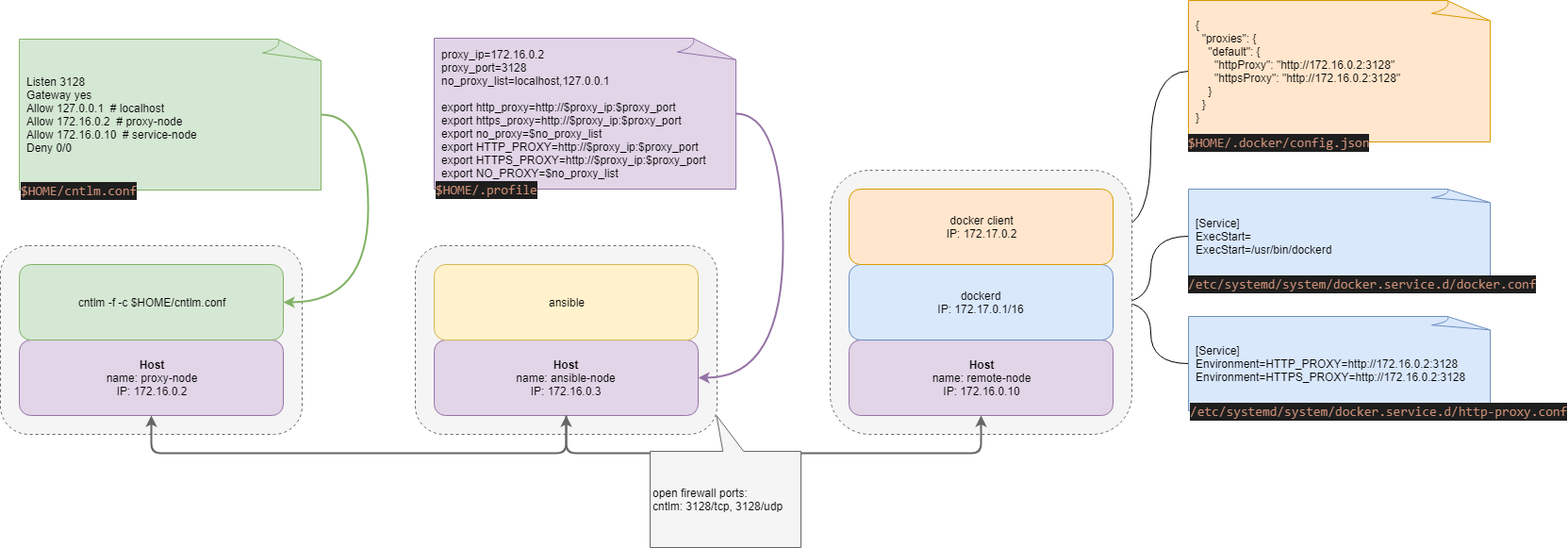
This is docs/ProxyConfiguration.png from greenthegarden/ansible-proxy-test, a draw.io export, as it was before one commit. Source tidied: cells renumbered, new cells last; positions are measured from the earlier drawing's top-left corner, leaving out a move shared by most shapes.
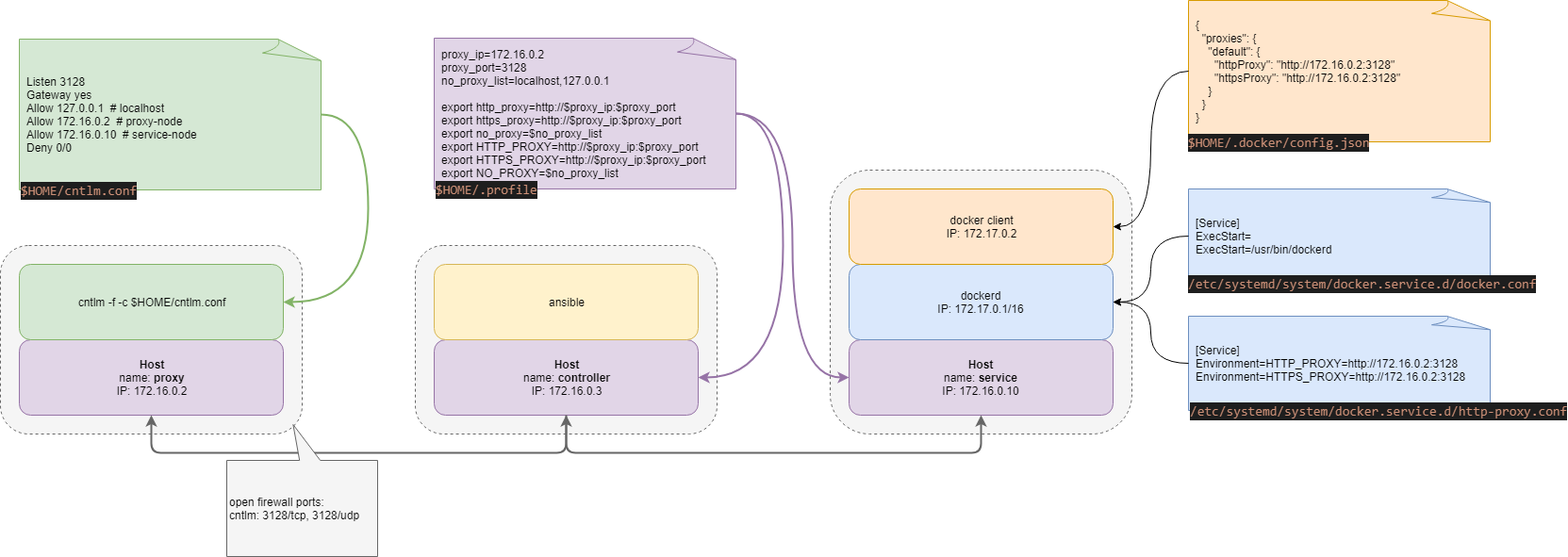
Later version of the same file.

Commit message:
fixed errors with topology and spelling

Change to the diagram source:
```diff
@@ -2,15 +2,6 @@
   <root>
     <mxCell id="0" />
     <mxCell id="1" parent="0" />
-    <mxCell id="2" style="endArrow=classic;html=1;entryX=1;entryY=0.5;entryDx=0;entryDy=0;exitX=0;exitY=0.5;exitDx=0;exitDy=0;exitPerimeter=0;edgeStyle=orthogonalEdgeStyle;curved=1;" parent="1" edge="1" source="30" target="16">
-      <mxGeometry relative="1" as="geometry" />
-    </mxCell>
-    <mxCell id="3" style="endArrow=classic;html=1;entryX=1;entryY=0.5;entryDx=0;entryDy=0;exitX=0;exitY=0.5;exitDx=0;exitDy=0;exitPerimeter=0;edgeStyle=orthogonalEdgeStyle;curved=1;" parent="1" edge="1" source="33" target="16">
-      <mxGeometry relative="1" as="geometry" />
-    </mxCell>
-    <mxCell id="4" style="endArrow=classic;html=1;exitX=0;exitY=0.5;exitDx=0;exitDy=0;exitPerimeter=0;entryX=1;entryY=0.5;entryDx=0;entryDy=0;edgeStyle=orthogonalEdgeStyle;curved=1;" parent="1" edge="1" source="37" target="17">
-      <mxGeometry relative="1" as="geometry" />
-    </mxCell>
     <mxCell id="5" value="nodes" parent="0" />
     <mxCell id="6" style="rounded=1;whiteSpace=wrap;html=1;labelBackgroundColor=#ffffff;align=left;dashed=1;fillColor=#f5f5f5;strokeColor=#666666;fontColor=#333333;" parent="5" vertex="1">
       <mxGeometry y="260" width="320" height="200" as="geometry" />
@@ -22,13 +13,13 @@
       <mxGeometry x="880" y="180" width="320" height="280" as="geometry" />
     </mxCell>
     <mxCell id="9" value="hosts" parent="0" />
-    <mxCell id="10" value="&lt;b&gt;Host&lt;/b&gt;&lt;br&gt;name: proxy-node&lt;br&gt;IP: 172.16.0.2" style="rounded=1;whiteSpace=wrap;html=1;fillColor=#e1d5e7;strokeColor=#9673a6;" parent="9" vertex="1">
+    <mxCell id="10" value="&lt;b&gt;Host&lt;/b&gt;&lt;br&gt;name: &lt;b&gt;proxy&lt;/b&gt;&lt;br&gt;IP: 172.16.0.2" style="rounded=1;whiteSpace=wrap;html=1;fillColor=#e1d5e7;strokeColor=#9673a6;" parent="9" vertex="1">
       <mxGeometry x="20" y="360" width="280" height="80" as="geometry" />
     </mxCell>
-    <mxCell id="11" value="&lt;b&gt;Host&lt;/b&gt;&lt;br&gt;name: ansible-node&lt;br&gt;IP: 172.16.0.3" style="rounded=1;whiteSpace=wrap;html=1;fillColor=#e1d5e7;strokeColor=#9673a6;" parent="9" vertex="1">
+    <mxCell id="11" value="&lt;b&gt;Host&lt;/b&gt;&lt;br&gt;name: &lt;b&gt;controller&lt;/b&gt;&lt;br&gt;IP: 172.16.0.3" style="rounded=1;whiteSpace=wrap;html=1;fillColor=#e1d5e7;strokeColor=#9673a6;" parent="9" vertex="1">
       <mxGeometry x="460" y="360" width="280" height="80" as="geometry" />
     </mxCell>
-    <mxCell id="12" value="&lt;b&gt;Host&lt;/b&gt;&lt;br&gt;name: remote-node&lt;br&gt;IP: 172.16.0.10" style="rounded=1;whiteSpace=wrap;html=1;fillColor=#e1d5e7;strokeColor=#9673a6;" parent="9" vertex="1">
+    <mxCell id="12" value="&lt;b&gt;Host&lt;/b&gt;&lt;br&gt;name: &lt;b&gt;service&lt;/b&gt;&lt;br&gt;IP: 172.16.0.10" style="rounded=1;whiteSpace=wrap;html=1;fillColor=#e1d5e7;strokeColor=#9673a6;" parent="9" vertex="1">
       <mxGeometry x="900" y="360" width="280" height="80" as="geometry" />
     </mxCell>
     <mxCell id="13" value="services" parent="0" />
@@ -82,7 +73,7 @@
       <mxGeometry y="150" width="40" height="20" as="geometry" />
     </mxCell>
     <mxCell id="28" value="&lt;span style=&quot;color: rgb(0 , 0 , 0) ; white-space: normal&quot;&gt;open firewall ports:&lt;/span&gt;&lt;br style=&quot;color: rgb(0 , 0 , 0) ; white-space: normal&quot;&gt;&lt;span style=&quot;color: rgb(0 , 0 , 0) ; white-space: normal&quot;&gt;cntlm: 3128/tcp, 3128/udp&lt;/span&gt;" style="shape=callout;whiteSpace=wrap;html=1;perimeter=calloutPerimeter;labelBackgroundColor=none;align=left;fillColor=#f5f5f5;strokeColor=#666666;flipH=1;flipV=1;position2=0.56;base=22;size=38;position=0.38;fontColor=#333333;" parent="21" vertex="1">
-      <mxGeometry x="689" y="440" width="160" height="140" as="geometry" />
+      <mxGeometry x="240" y="450" width="160" height="140" as="geometry" />
     </mxCell>
     <mxCell id="29" style="group;" parent="21" vertex="1">
       <mxGeometry x="1260" y="335" width="320" height="110" as="geometry" />
@@ -132,5 +123,17 @@
         </Array>
       </mxGeometry>
     </mxCell>
+    <mxCell id="41" style="endArrow=classic;html=1;entryX=0;entryY=0.5;entryDx=0;entryDy=0;edgeStyle=orthogonalEdgeStyle;curved=1;exitX=1;exitY=0.5;exitDx=0;exitDy=0;exitPerimeter=0;fillColor=#e1d5e7;strokeColor=#9673a6;strokeWidth=2;" parent="21" edge="1" source="26" target="12">
+      <mxGeometry relative="1" as="geometry" />
+    </mxCell>
+    <mxCell id="3" style="endArrow=classic;html=1;entryX=1;entryY=0.5;entryDx=0;entryDy=0;exitX=0;exitY=0.5;exitDx=0;exitDy=0;exitPerimeter=0;edgeStyle=orthogonalEdgeStyle;curved=1;" parent="21" edge="1" source="33" target="16">
+      <mxGeometry relative="1" as="geometry" />
+    </mxCell>
+    <mxCell id="2" style="endArrow=classic;html=1;entryX=1;entryY=0.5;entryDx=0;entryDy=0;exitX=0;exitY=0.5;exitDx=0;exitDy=0;exitPerimeter=0;edgeStyle=orthogonalEdgeStyle;curved=1;" parent="21" edge="1" source="30" target="16">
+      <mxGeometry relative="1" as="geometry" />
+    </mxCell>
+    <mxCell id="4" style="endArrow=classic;html=1;exitX=0;exitY=0.5;exitDx=0;exitDy=0;exitPerimeter=0;entryX=1;entryY=0.5;entryDx=0;entryDy=0;edgeStyle=orthogonalEdgeStyle;curved=1;" parent="21" edge="1" source="37" target="17">
+      <mxGeometry relative="1" as="geometry" />
+    </mxCell>
   </root>
 </mxGraphModel>
```
